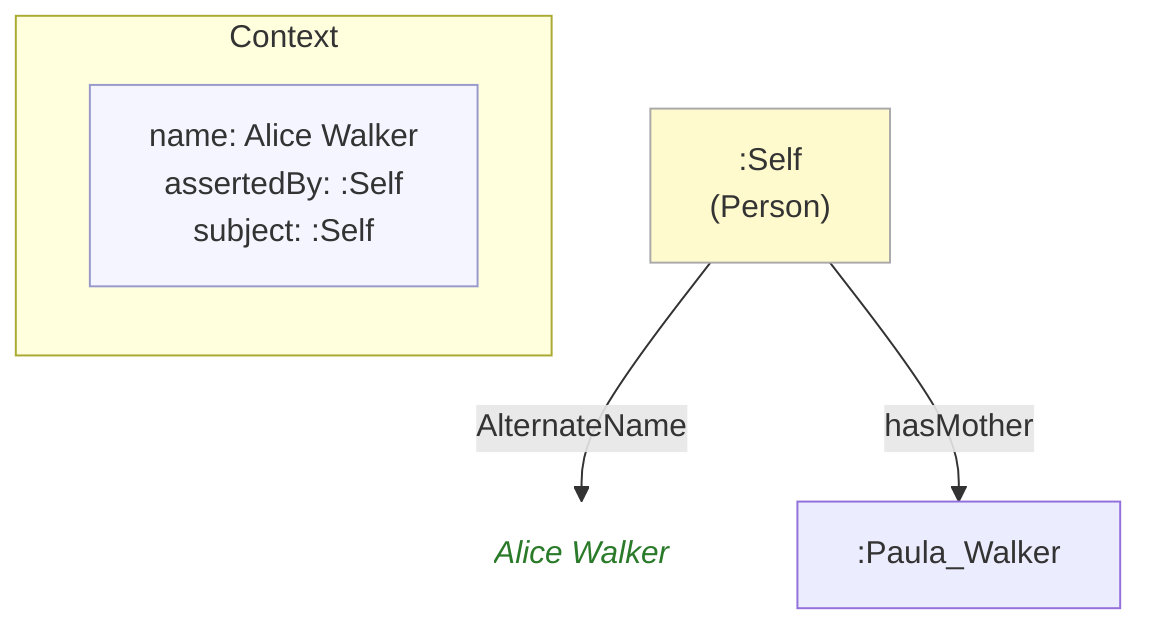
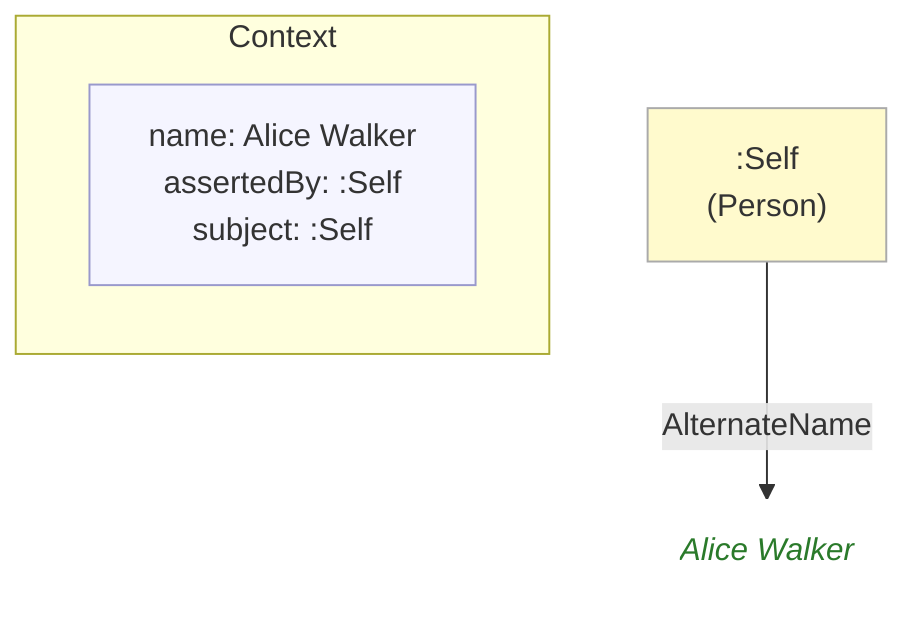
flowchart TD
    classDef person fill:#fffacd,stroke:#aaa,color:#333
    classDef grp    fill:#d4edda,stroke:#aaa,color:#333
    classDef org    fill:#cce5ff,stroke:#aaa,color:#333
    classDef lit    fill:none,stroke:none,font-style:italic,color:#2a7a2a
    classDef meta   fill:#f5f5ff,stroke:#9999cc,color:#333

    subgraph ctx["Context"]
        direction LR
        ctx_meta["name: Alice Walker\nassertedBy: :Self\nsubject: :Self"]:::meta
    end

    ne0c3ba92f1db[":Self\n(Person)"]:::person
-     nc52247c0339b("Alice Walker"):::lit
-     nb654756d5ced[":Paula_Walker"]
+     nbc5950a71fa4("Alice Walker"):::lit

-     ne0c3ba92f1db -->|"AlternateName"| nc52247c0339b
-     ne0c3ba92f1db -->|"hasMother"| nb654756d5ced
+     ne0c3ba92f1db -->|"AlternateName"| nbc5950a71fa4
